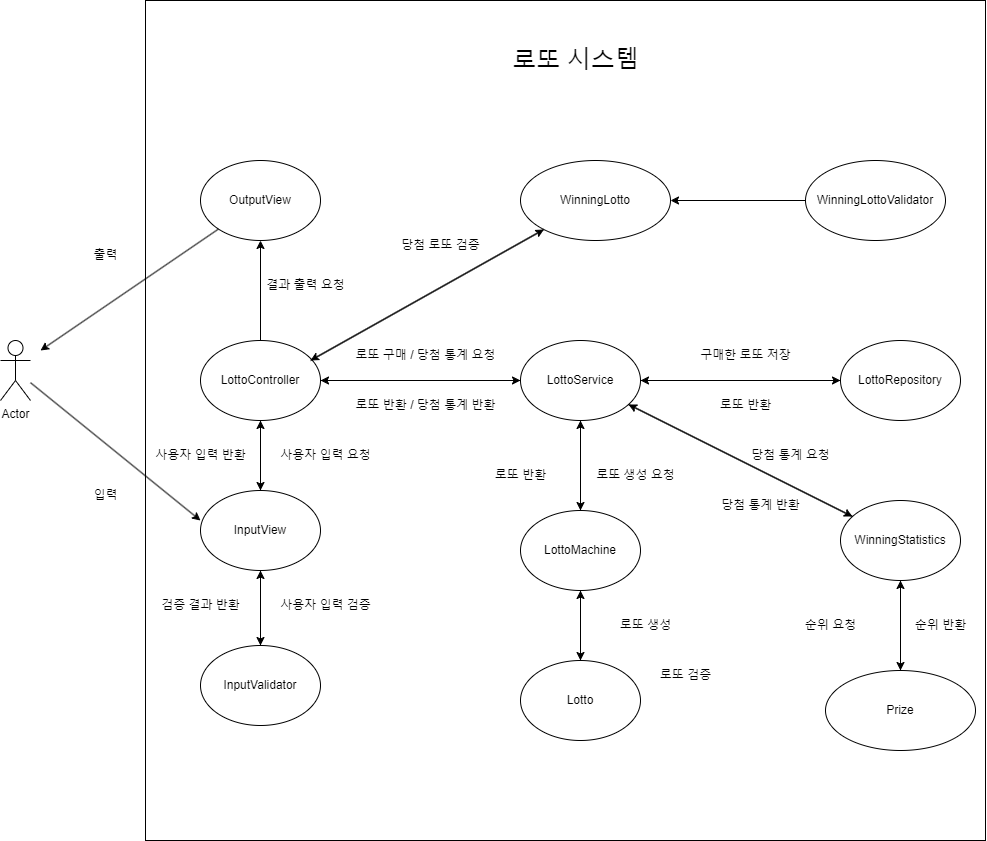
Before: docs/diagram/UsecaseDiagram.drawio.png, a diagram exported from draw.io (woowacourse-precourse/java-lotto-6). Source tidied: cells renumbered, new cells last; positions are measured from the earlier drawing's top-left corner, leaving out a move shared by most shapes. The source it was exported from:
```xml
<mxGraphModel>
  <root>
    <mxCell id="0" />
    <mxCell id="1" parent="0" />
    <mxCell id="2" style="whiteSpace=wrap;html=1;fillColor=none;" parent="1" vertex="1">
      <mxGeometry x="145" width="840" height="840" as="geometry" />
    </mxCell>
    <mxCell id="3" style="edgeStyle=orthogonalEdgeStyle;rounded=0;jettySize=auto;html=1;" parent="1" edge="1" source="6" target="25">
      <mxGeometry relative="1" as="geometry" />
    </mxCell>
    <mxCell id="4" style="edgeStyle=orthogonalEdgeStyle;rounded=0;jettySize=auto;html=1;" parent="1" edge="1" source="6" target="9">
      <mxGeometry relative="1" as="geometry" />
    </mxCell>
    <mxCell id="5" style="rounded=0;jettySize=auto;html=1;" parent="1" edge="1" source="6" target="10">
      <mxGeometry relative="1" as="geometry" />
    </mxCell>
    <mxCell id="6" value="LottoController" style="ellipse;whiteSpace=wrap;html=1;" parent="1" vertex="1">
      <mxGeometry x="200" y="340" width="120" height="80" as="geometry" />
    </mxCell>
    <mxCell id="7" style="edgeStyle=orthogonalEdgeStyle;rounded=0;jettySize=auto;html=1;" parent="1" edge="1" source="9" target="15">
      <mxGeometry relative="1" as="geometry" />
    </mxCell>
    <mxCell id="8" style="edgeStyle=orthogonalEdgeStyle;rounded=0;jettySize=auto;html=1;" parent="1" edge="1" source="9" target="6">
      <mxGeometry relative="1" as="geometry" />
    </mxCell>
    <mxCell id="9" value="InputView" style="ellipse;whiteSpace=wrap;html=1;" parent="1" vertex="1">
      <mxGeometry x="200" y="490" width="120" height="80" as="geometry" />
    </mxCell>
    <mxCell id="10" value="OutputView" style="ellipse;whiteSpace=wrap;html=1;" parent="1" vertex="1">
      <mxGeometry x="200" y="160" width="120" height="80" as="geometry" />
    </mxCell>
    <mxCell id="11" style="edgeStyle=orthogonalEdgeStyle;rounded=0;jettySize=auto;html=1;" parent="1" edge="1" source="12" target="20">
      <mxGeometry relative="1" as="geometry" />
    </mxCell>
    <mxCell id="12" value="Lotto" style="ellipse;whiteSpace=wrap;html=1;" parent="1" vertex="1">
      <mxGeometry x="520" y="660" width="120" height="80" as="geometry" />
    </mxCell>
    <mxCell id="13" value="WinningLotto" style="ellipse;whiteSpace=wrap;html=1;" parent="1" vertex="1">
      <mxGeometry x="520" y="160" width="150" height="80" as="geometry" />
    </mxCell>
    <mxCell id="14" style="edgeStyle=orthogonalEdgeStyle;rounded=0;jettySize=auto;html=1;" parent="1" edge="1" source="15" target="9">
      <mxGeometry relative="1" as="geometry" />
    </mxCell>
    <mxCell id="15" value="InputValidator" style="ellipse;whiteSpace=wrap;html=1;" parent="1" vertex="1">
      <mxGeometry x="200" y="645" width="120" height="80" as="geometry" />
    </mxCell>
    <mxCell id="16" style="edgeStyle=orthogonalEdgeStyle;rounded=0;jettySize=auto;html=1;" parent="1" edge="1" source="17" target="25">
      <mxGeometry relative="1" as="geometry" />
    </mxCell>
    <mxCell id="17" value="LottoRepository" style="ellipse;whiteSpace=wrap;html=1;" parent="1" vertex="1">
      <mxGeometry x="840" y="340" width="120" height="80" as="geometry" />
    </mxCell>
    <mxCell id="18" style="rounded=0;jettySize=auto;html=1;" parent="1" edge="1" source="20" target="25">
      <mxGeometry relative="1" as="geometry" />
    </mxCell>
    <mxCell id="19" style="edgeStyle=orthogonalEdgeStyle;rounded=0;jettySize=auto;html=1;entryX=0.5;entryY=0;entryDx=0;entryDy=0;" parent="1" edge="1" source="20" target="12">
      <mxGeometry relative="1" as="geometry" />
    </mxCell>
    <mxCell id="20" value="LottoMachine" style="ellipse;whiteSpace=wrap;html=1;" parent="1" vertex="1">
      <mxGeometry x="520" y="510" width="120" height="80" as="geometry" />
    </mxCell>
    <mxCell id="21" style="edgeStyle=orthogonalEdgeStyle;rounded=0;jettySize=auto;html=1;" parent="1" edge="1" source="25" target="17">
      <mxGeometry relative="1" as="geometry" />
    </mxCell>
    <mxCell id="22" style="edgeStyle=orthogonalEdgeStyle;rounded=0;jettySize=auto;html=1;" parent="1" edge="1" source="25" target="6">
      <mxGeometry relative="1" as="geometry" />
    </mxCell>
    <mxCell id="23" style="rounded=0;jettySize=auto;html=1;" parent="1" edge="1" source="25" target="20">
      <mxGeometry relative="1" as="geometry" />
    </mxCell>
    <mxCell id="24" style="rounded=0;jettySize=auto;html=1;" parent="1" edge="1" source="25" target="49">
      <mxGeometry relative="1" as="geometry" />
    </mxCell>
    <mxCell id="25" value="LottoService" style="ellipse;whiteSpace=wrap;html=1;" parent="1" vertex="1">
      <mxGeometry x="520" y="340" width="120" height="80" as="geometry" />
    </mxCell>
    <mxCell id="26" value="로또 구매 / 당첨 통계 요청" style="text;html=1;align=center;verticalAlign=middle;strokeColor=none;fillColor=none;" parent="1" vertex="1">
      <mxGeometry x="345" y="340" width="160" height="30" as="geometry" />
    </mxCell>
    <mxCell id="27" value="로또 반환 / 당첨 통계 반환" style="text;html=1;align=center;verticalAlign=middle;strokeColor=none;fillColor=none;" parent="1" vertex="1">
      <mxGeometry x="345" y="390" width="160" height="30" as="geometry" />
    </mxCell>
    <mxCell id="28" value="구매한 로또 저장" style="text;html=1;align=center;verticalAlign=middle;strokeColor=none;fillColor=none;" parent="1" vertex="1">
      <mxGeometry x="690" y="340" width="110" height="30" as="geometry" />
    </mxCell>
    <mxCell id="29" value="로또 반환" style="text;html=1;align=center;verticalAlign=middle;strokeColor=none;fillColor=none;" parent="1" vertex="1">
      <mxGeometry x="710" y="390" width="70" height="30" as="geometry" />
    </mxCell>
    <mxCell id="30" value="사용자 입력 검증" style="text;html=1;align=center;verticalAlign=middle;strokeColor=none;fillColor=none;" parent="1" vertex="1">
      <mxGeometry x="270" y="590" width="110" height="30" as="geometry" />
    </mxCell>
    <mxCell id="31" value="검증 결과 반환" style="text;html=1;align=center;verticalAlign=middle;strokeColor=none;fillColor=none;" parent="1" vertex="1">
      <mxGeometry x="150" y="590" width="100" height="30" as="geometry" />
    </mxCell>
    <mxCell id="32" value="사용자 입력 요청" style="text;html=1;align=center;verticalAlign=middle;strokeColor=none;fillColor=none;" parent="1" vertex="1">
      <mxGeometry x="270" y="440" width="110" height="30" as="geometry" />
    </mxCell>
    <mxCell id="33" value="사용자 입력 반환" style="text;html=1;align=center;verticalAlign=middle;strokeColor=none;fillColor=none;" parent="1" vertex="1">
      <mxGeometry x="145" y="440" width="110" height="30" as="geometry" />
    </mxCell>
    <mxCell id="34" value="결과 출력 요청" style="text;html=1;align=center;verticalAlign=middle;strokeColor=none;fillColor=none;" parent="1" vertex="1">
      <mxGeometry x="255" y="270" width="100" height="30" as="geometry" />
    </mxCell>
    <mxCell id="35" value="로또 생성 요청" style="text;html=1;align=center;verticalAlign=middle;strokeColor=none;fillColor=none;" parent="1" vertex="1">
      <mxGeometry x="585" y="460" width="100" height="30" as="geometry" />
    </mxCell>
    <mxCell id="36" value="로또 반환" style="text;html=1;align=center;verticalAlign=middle;strokeColor=none;fillColor=none;" parent="1" vertex="1">
      <mxGeometry x="485" y="460" width="70" height="30" as="geometry" />
    </mxCell>
    <mxCell id="37" value="로또 생성" style="text;html=1;align=center;verticalAlign=middle;strokeColor=none;fillColor=none;" parent="1" vertex="1">
      <mxGeometry x="610" y="610" width="70" height="30" as="geometry" />
    </mxCell>
    <mxCell id="38" value="Actor" style="shape=umlActor;verticalLabelPosition=bottom;verticalAlign=top;html=1;" parent="1" vertex="1">
      <mxGeometry y="340" width="30" height="60" as="geometry" />
    </mxCell>
    <mxCell id="39" style="rounded=0;jettySize=auto;html=1;entryX=0;entryY=0.375;entryDx=0;entryDy=0;entryPerimeter=0;" parent="1" edge="1" source="38" target="9">
      <mxGeometry relative="1" as="geometry" />
    </mxCell>
    <mxCell id="40" value="입력" style="text;html=1;align=center;verticalAlign=middle;strokeColor=none;fillColor=none;" parent="1" vertex="1">
      <mxGeometry x="80" y="480" width="50" height="30" as="geometry" />
    </mxCell>
    <mxCell id="41" style="rounded=0;jettySize=auto;html=1;" parent="1" edge="1" source="10">
      <mxGeometry relative="1" as="geometry">
        <mxPoint x="40" y="350" as="targetPoint" />
      </mxGeometry>
    </mxCell>
    <mxCell id="42" value="출력" style="text;html=1;align=center;verticalAlign=middle;strokeColor=none;fillColor=none;" parent="1" vertex="1">
      <mxGeometry x="80" y="240" width="50" height="30" as="geometry" />
    </mxCell>
    <mxCell id="43" value="로또 검증" style="text;html=1;align=center;verticalAlign=middle;strokeColor=none;fillColor=none;" parent="1" vertex="1">
      <mxGeometry x="650" y="660" width="70" height="30" as="geometry" />
    </mxCell>
    <mxCell id="44" style="rounded=0;jettySize=auto;html=1;" parent="1" edge="1" source="13">
      <mxGeometry relative="1" as="geometry">
        <mxPoint x="310" y="360" as="targetPoint" />
      </mxGeometry>
    </mxCell>
    <mxCell id="45" style="rounded=0;jettySize=auto;html=1;" parent="1" edge="1" target="13">
      <mxGeometry relative="1" as="geometry">
        <mxPoint x="310" y="360" as="sourcePoint" />
      </mxGeometry>
    </mxCell>
    <mxCell id="46" value="당첨 로또 검증" style="text;html=1;align=center;verticalAlign=middle;strokeColor=none;fillColor=none;" parent="1" vertex="1">
      <mxGeometry x="390" y="230" width="100" height="30" as="geometry" />
    </mxCell>
    <mxCell id="47" style="rounded=0;jettySize=auto;html=1;" parent="1" edge="1" source="49" target="25">
      <mxGeometry relative="1" as="geometry" />
    </mxCell>
    <mxCell id="48" style="edgeStyle=orthogonalEdgeStyle;rounded=0;jettySize=auto;html=1;" parent="1" edge="1" source="49" target="55">
      <mxGeometry relative="1" as="geometry" />
    </mxCell>
    <mxCell id="49" value="WinningStatistics" style="ellipse;whiteSpace=wrap;html=1;" parent="1" vertex="1">
      <mxGeometry x="840" y="500" width="120" height="80" as="geometry" />
    </mxCell>
    <mxCell id="50" value="당첨 통계 요청" style="text;html=1;align=center;verticalAlign=middle;strokeColor=none;fillColor=none;" parent="1" vertex="1">
      <mxGeometry x="740" y="440" width="100" height="30" as="geometry" />
    </mxCell>
    <mxCell id="51" value="당첨 통계 반환" style="text;html=1;align=center;verticalAlign=middle;strokeColor=none;fillColor=none;" parent="1" vertex="1">
      <mxGeometry x="710" y="490" width="100" height="30" as="geometry" />
    </mxCell>
    <mxCell id="52" style="edgeStyle=orthogonalEdgeStyle;rounded=0;jettySize=auto;html=1;entryX=1;entryY=0.5;entryDx=0;entryDy=0;" parent="1" edge="1" source="53" target="13">
      <mxGeometry relative="1" as="geometry" />
    </mxCell>
    <mxCell id="53" value="WinningLottoValidator" style="ellipse;whiteSpace=wrap;html=1;" parent="1" vertex="1">
      <mxGeometry x="805" y="160" width="140" height="80" as="geometry" />
    </mxCell>
    <mxCell id="54" style="edgeStyle=orthogonalEdgeStyle;rounded=0;jettySize=auto;html=1;entryX=0.5;entryY=1;entryDx=0;entryDy=0;" parent="1" edge="1" source="55" target="49">
      <mxGeometry relative="1" as="geometry" />
    </mxCell>
    <mxCell id="55" value="Prize" style="ellipse;whiteSpace=wrap;html=1;" parent="1" vertex="1">
      <mxGeometry x="825" y="670" width="150" height="80" as="geometry" />
    </mxCell>
    <mxCell id="56" value="순위 요청" style="text;html=1;align=center;verticalAlign=middle;strokeColor=none;fillColor=none;" parent="1" vertex="1">
      <mxGeometry x="795" y="610" width="70" height="30" as="geometry" />
    </mxCell>
    <mxCell id="57" value="순위 반환" style="text;html=1;align=center;verticalAlign=middle;strokeColor=none;fillColor=none;" parent="1" vertex="1">
      <mxGeometry x="905" y="610" width="70" height="30" as="geometry" />
    </mxCell>
    <mxCell id="58" value="&lt;font style=&quot;font-size: 24px;&quot;&gt;로또 시스템&lt;/font&gt;" style="text;html=1;align=center;verticalAlign=middle;strokeColor=none;fillColor=none;" parent="1" vertex="1">
      <mxGeometry x="500" y="40" width="150" height="40" as="geometry" />
    </mxCell>
  </root>
</mxGraphModel>
```
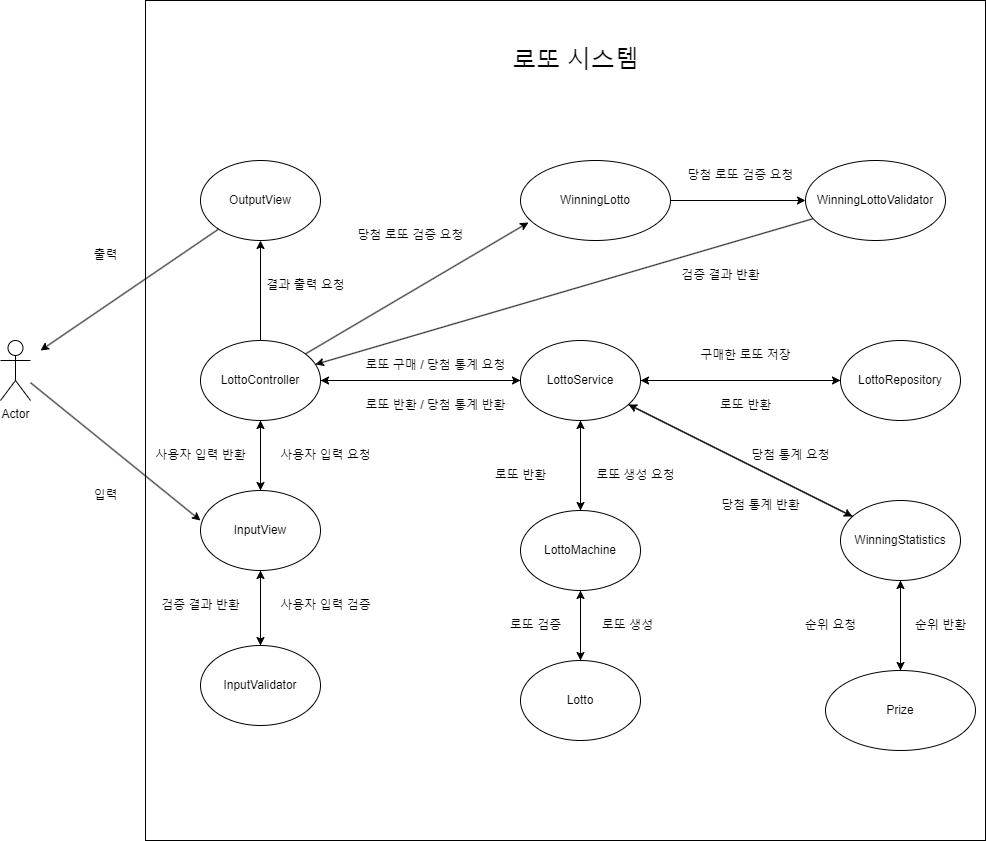
After the change.

Commit message:
Docs(diagram): 잘못된 다이아그램 사진 수정

What changed in the source:
```diff
@@ -35,6 +35,9 @@
     <mxCell id="12" value="Lotto" style="ellipse;whiteSpace=wrap;html=1;" parent="1" vertex="1">
       <mxGeometry x="520" y="660" width="120" height="80" as="geometry" />
     </mxCell>
+    <mxCell id="59" style="edgeStyle=orthogonalEdgeStyle;rounded=0;jettySize=auto;html=1;entryX=0;entryY=0.5;entryDx=0;entryDy=0;" parent="1" edge="1" source="13" target="53">
+      <mxGeometry relative="1" as="geometry" />
+    </mxCell>
     <mxCell id="13" value="WinningLotto" style="ellipse;whiteSpace=wrap;html=1;" parent="1" vertex="1">
       <mxGeometry x="520" y="160" width="150" height="80" as="geometry" />
     </mxCell>
@@ -75,10 +78,10 @@
       <mxGeometry x="520" y="340" width="120" height="80" as="geometry" />
     </mxCell>
     <mxCell id="26" value="로또 구매 / 당첨 통계 요청" style="text;html=1;align=center;verticalAlign=middle;strokeColor=none;fillColor=none;" parent="1" vertex="1">
-      <mxGeometry x="345" y="340" width="160" height="30" as="geometry" />
+      <mxGeometry x="355" y="350" width="160" height="30" as="geometry" />
     </mxCell>
     <mxCell id="27" value="로또 반환 / 당첨 통계 반환" style="text;html=1;align=center;verticalAlign=middle;strokeColor=none;fillColor=none;" parent="1" vertex="1">
-      <mxGeometry x="345" y="390" width="160" height="30" as="geometry" />
+      <mxGeometry x="355" y="390" width="160" height="30" as="geometry" />
     </mxCell>
     <mxCell id="28" value="구매한 로또 저장" style="text;html=1;align=center;verticalAlign=middle;strokeColor=none;fillColor=none;" parent="1" vertex="1">
       <mxGeometry x="690" y="340" width="110" height="30" as="geometry" />
@@ -108,7 +111,7 @@
       <mxGeometry x="485" y="460" width="70" height="30" as="geometry" />
     </mxCell>
     <mxCell id="37" value="로또 생성" style="text;html=1;align=center;verticalAlign=middle;strokeColor=none;fillColor=none;" parent="1" vertex="1">
-      <mxGeometry x="610" y="610" width="70" height="30" as="geometry" />
+      <mxGeometry x="592" y="610" width="70" height="30" as="geometry" />
     </mxCell>
     <mxCell id="38" value="Actor" style="shape=umlActor;verticalLabelPosition=bottom;verticalAlign=top;html=1;" parent="1" vertex="1">
       <mxGeometry y="340" width="30" height="60" as="geometry" />
@@ -128,20 +131,10 @@
       <mxGeometry x="80" y="240" width="50" height="30" as="geometry" />
     </mxCell>
     <mxCell id="43" value="로또 검증" style="text;html=1;align=center;verticalAlign=middle;strokeColor=none;fillColor=none;" parent="1" vertex="1">
-      <mxGeometry x="650" y="660" width="70" height="30" as="geometry" />
+      <mxGeometry x="500" y="610" width="70" height="30" as="geometry" />
     </mxCell>
-    <mxCell id="44" style="rounded=0;jettySize=auto;html=1;" parent="1" edge="1" source="13">
-      <mxGeometry relative="1" as="geometry">
-        <mxPoint x="310" y="360" as="targetPoint" />
-      </mxGeometry>
-    </mxCell>
-    <mxCell id="45" style="rounded=0;jettySize=auto;html=1;" parent="1" edge="1" target="13">
-      <mxGeometry relative="1" as="geometry">
-        <mxPoint x="310" y="360" as="sourcePoint" />
-      </mxGeometry>
-    </mxCell>
-    <mxCell id="46" value="당첨 로또 검증" style="text;html=1;align=center;verticalAlign=middle;strokeColor=none;fillColor=none;" parent="1" vertex="1">
-      <mxGeometry x="390" y="230" width="100" height="30" as="geometry" />
+    <mxCell id="46" value="당첨 로또 검증 요청" style="text;html=1;align=center;verticalAlign=middle;strokeColor=none;fillColor=none;" parent="1" vertex="1">
+      <mxGeometry x="345" y="220" width="130" height="30" as="geometry" />
     </mxCell>
     <mxCell id="47" style="rounded=0;jettySize=auto;html=1;" parent="1" edge="1" source="49" target="25">
       <mxGeometry relative="1" as="geometry" />
@@ -158,9 +151,9 @@
     <mxCell id="51" value="당첨 통계 반환" style="text;html=1;align=center;verticalAlign=middle;strokeColor=none;fillColor=none;" parent="1" vertex="1">
       <mxGeometry x="710" y="490" width="100" height="30" as="geometry" />
     </mxCell>
-    <mxCell id="52" style="edgeStyle=orthogonalEdgeStyle;rounded=0;jettySize=auto;html=1;entryX=1;entryY=0.5;entryDx=0;entryDy=0;" parent="1" edge="1" source="53" target="13">
-      <mxGeometry relative="1" as="geometry" />
-    </mxCell>
+    <mxCell id="60" style="rounded=0;jettySize=auto;html=1;" parent="1" edge="1" source="53" target="6">
+      <mxGeometry relative="1" as="geometry" />
+    </mxCell>
     <mxCell id="53" value="WinningLottoValidator" style="ellipse;whiteSpace=wrap;html=1;" parent="1" vertex="1">
       <mxGeometry x="805" y="160" width="140" height="80" as="geometry" />
     </mxCell>
@@ -179,5 +172,14 @@
     <mxCell id="58" value="&lt;font style=&quot;font-size: 24px;&quot;&gt;로또 시스템&lt;/font&gt;" style="text;html=1;align=center;verticalAlign=middle;strokeColor=none;fillColor=none;" parent="1" vertex="1">
       <mxGeometry x="500" y="40" width="150" height="40" as="geometry" />
     </mxCell>
+    <mxCell id="61" value="당첨 로또 검증 요청" style="text;html=1;align=center;verticalAlign=middle;strokeColor=none;fillColor=none;" parent="1" vertex="1">
+      <mxGeometry x="675" y="160" width="130" height="30" as="geometry" />
+    </mxCell>
+    <mxCell id="62" value="검증 결과 반환" style="text;html=1;align=center;verticalAlign=middle;strokeColor=none;fillColor=none;" parent="1" vertex="1">
+      <mxGeometry x="670" y="260" width="100" height="30" as="geometry" />
+    </mxCell>
+    <mxCell id="63" style="rounded=0;jettySize=auto;html=1;entryX=0.053;entryY=0.775;entryDx=0;entryDy=0;entryPerimeter=0;" parent="1" edge="1" source="6" target="13">
+      <mxGeometry relative="1" as="geometry" />
+    </mxCell>
   </root>
 </mxGraphModel>
```
